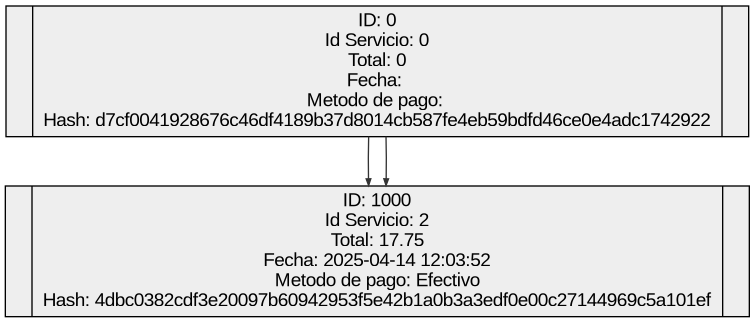
Above: Fase3/AutoGestPro/Reportes/ReporteFacturas.png in 0520Jose/-EDD-1S2025_202300539 (Graphviz), before the change. Its source is kept beside it as Fase3/AutoGestPro/Reportes/ReporteFacturas.dot. The source it was exported from:
```dot
digraph G {
node [shape=record];
rankdir=TB;
node [height=0.5];
node [width=0.5];
node [style=filled];
node [fillcolor="#EEEEEE"];
node [fontname="Arial"];
edge [fontname="Arial"];
edge [fontsize=8];
edge [fontcolor="#333333"];
edge [labelfloat=false];
edge [decorate=true];
edge [style="solid"];
edge [color="#333333"];
edge [dir="forward"];
edge [arrowhead="normal"];
edge [arrowsize="0.5"];
edge [arrowtail="normal"];
edge [taillabel=""];
edge [headlabel=""];
edge [label=""];
edge [weight="1"];
n0 [label="<f0> |<f1> ID: 0\nId Servicio: 0\nTotal: 0\nFecha: \nMetodo de pago: \nHash: d7cf0041928676c46df4189b37d8014cb587fe4eb59bdfd46ce0e4adc1742922|<f2>"];
n0 -> n1000;
n0 -> n1000;
n1000 [label="<f0> |<f1> ID: 1000\nId Servicio: 1\nTotal: 26.5\nFecha: 2025-04-14 12:03:46\nMetodo de pago: Efectivo\nHash: 660566cdb954831067d3cd647f911834a5478a7bb7b55bbdf1656cd12d909813|<f2>"];
n1000 [label="<f0> |<f1> ID: 1000\nId Servicio: 2\nTotal: 17.75\nFecha: 2025-04-14 12:03:52\nMetodo de pago: Efectivo\nHash: 4dbc0382cdf3e20097b60942953f5e42b1a0b3a3edf0e00c27144969c5a101ef|<f2>"];
}
```
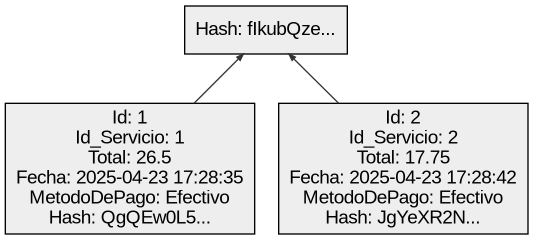
The same file after the commit.

Change to the diagram source:
```diff
@@ -1,6 +1,6 @@
 digraph G {
 node [shape=record];
-rankdir=TB;
+rankdir=BT;
 node [height=0.5];
 node [width=0.5];
 node [style=filled];
@@ -21,9 +21,9 @@
 edge [headlabel=""];
 edge [label=""];
 edge [weight="1"];
-n0 [label="<f0> |<f1> ID: 0\nId Servicio: 0\nTotal: 0\nFecha: \nMetodo de pago: \nHash: d7cf0041928676c46df4189b37d8014cb587fe4eb59bdfd46ce0e4adc1742922|<f2>"];
-n0 -> n1000;
-n0 -> n1000;
-n1000 [label="<f0> |<f1> ID: 1000\nId Servicio: 1\nTotal: 26.5\nFecha: 2025-04-14 12:03:46\nMetodo de pago: Efectivo\nHash: 660566cdb954831067d3cd647f911834a5478a7bb7b55bbdf1656cd12d909813|<f2>"];
-n1000 [label="<f0> |<f1> ID: 1000\nId Servicio: 2\nTotal: 17.75\nFecha: 2025-04-14 12:03:52\nMetodo de pago: Efectivo\nHash: 4dbc0382cdf3e20097b60942953f5e42b1a0b3a3edf0e00c27144969c5a101ef|<f2>"];
+"fIkubQzeWu3f68qCp05Yu6hiABohHRxNj9FJq7zSGD8=" [label="Hash: fIkubQze..."];
+"QgQEw0L5rYW5XygqCBx6+b+ra9d30WEhfiVPqEKw71k=" -> "fIkubQzeWu3f68qCp05Yu6hiABohHRxNj9FJq7zSGD8=";
+"QgQEw0L5rYW5XygqCBx6+b+ra9d30WEhfiVPqEKw71k=" [label="Id: 1\nId_Servicio: 1\nTotal: 26.5\nFecha: 2025-04-23 17:28:35\nMetodoDePago: Efectivo\nHash: QgQEw0L5..."];
+"JgYeXR2Nrxmqgsj6c2GDjqMrUdUQyaaaP2fcrhd2JtM=" -> "fIkubQzeWu3f68qCp05Yu6hiABohHRxNj9FJq7zSGD8=";
+"JgYeXR2Nrxmqgsj6c2GDjqMrUdUQyaaaP2fcrhd2JtM=" [label="Id: 2\nId_Servicio: 2\nTotal: 17.75\nFecha: 2025-04-23 17:28:42\nMetodoDePago: Efectivo\nHash: JgYeXR2N..."];
 }
```
